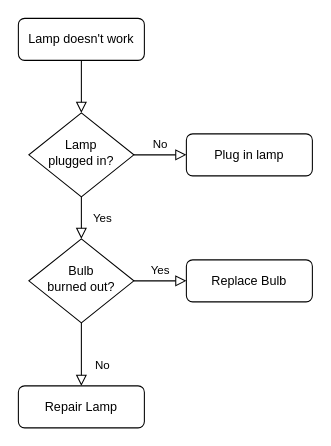
Earlier version of the draw.io diagram 未命名绘图.drawio (mjg2091864671/my-flow-chart). Source tidied: cells renumbered, new cells numbered last; positions are measured from the earlier drawing's top-left corner, leaving out a move shared by most shapes. Both pictures are drawn from the tidied source at 105%, with x=0, y=0 at pixel (18, 18).
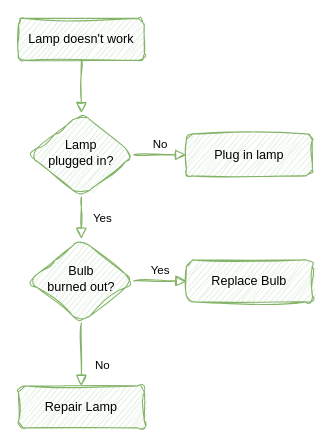
The same diagram, later.

The edit, as a diff of the source:
```diff
@@
 <mxGraphModel>
   <root>
     <mxCell id="0" />
     <mxCell id="1" parent="0" />
-    <mxCell id="2" style="rounded=0;html=1;jettySize=auto;fontSize=11;endArrow=block;endFill=0;endSize=8;strokeWidth=1;shadow=0;labelBackgroundColor=none;edgeStyle=orthogonalEdgeStyle;" parent="1" edge="1" source="3" target="6">
+    <mxCell id="2" style="rounded=1;html=1;jettySize=auto;fontSize=11;endArrow=block;endFill=0;endSize=8;strokeWidth=1;shadow=0;labelBackgroundColor=none;edgeStyle=orthogonalEdgeStyle;fillColor=#d5e8d4;strokeColor=#82b366;sketch=1;curveFitting=1;jiggle=2;" parent="1" edge="1" source="3" target="6">
       <mxGeometry relative="1" as="geometry" />
     </mxCell>
-    <mxCell id="3" value="Lamp doesn't work" style="rounded=1;whiteSpace=wrap;html=1;fontSize=12;glass=0;strokeWidth=1;shadow=0;" parent="1" vertex="1">
+    <mxCell id="3" value="Lamp doesn't work" style="rounded=1;whiteSpace=wrap;html=1;fontSize=12;glass=0;strokeWidth=1;shadow=0;fillColor=#d5e8d4;strokeColor=#82b366;sketch=1;curveFitting=1;jiggle=2;" parent="1" vertex="1">
       <mxGeometry width="120" height="40" as="geometry" />
     </mxCell>
-    <mxCell id="4" value="Yes" style="rounded=0;html=1;jettySize=auto;fontSize=11;endArrow=block;endFill=0;endSize=8;strokeWidth=1;shadow=0;labelBackgroundColor=none;edgeStyle=orthogonalEdgeStyle;" parent="1" edge="1" source="6" target="10">
+    <mxCell id="4" value="Yes" style="rounded=1;html=1;jettySize=auto;fontSize=11;endArrow=block;endFill=0;endSize=8;strokeWidth=1;shadow=0;labelBackgroundColor=none;edgeStyle=orthogonalEdgeStyle;fillColor=#d5e8d4;strokeColor=#82b366;sketch=1;curveFitting=1;jiggle=2;" parent="1" edge="1" source="6" target="10">
       <mxGeometry y="20" relative="1" as="geometry" />
     </mxCell>
-    <mxCell id="5" value="No" style="edgeStyle=orthogonalEdgeStyle;rounded=0;html=1;jettySize=auto;fontSize=11;endArrow=block;endFill=0;endSize=8;strokeWidth=1;shadow=0;labelBackgroundColor=none;" parent="1" edge="1" source="6" target="7">
+    <mxCell id="5" value="No" style="edgeStyle=orthogonalEdgeStyle;rounded=1;html=1;jettySize=auto;fontSize=11;endArrow=block;endFill=0;endSize=8;strokeWidth=1;shadow=0;labelBackgroundColor=none;fillColor=#d5e8d4;strokeColor=#82b366;sketch=1;curveFitting=1;jiggle=2;" parent="1" edge="1" source="6" target="7">
       <mxGeometry y="10" relative="1" as="geometry" />
     </mxCell>
-    <mxCell id="6" value="Lamp&lt;br&gt;plugged in?" style="rhombus;whiteSpace=wrap;html=1;shadow=0;fontFamily=Helvetica;fontSize=12;align=center;strokeWidth=1;spacing=6;spacingTop=-4;" parent="1" vertex="1">
+    <mxCell id="6" value="Lamp&lt;br&gt;plugged in?" style="rhombus;whiteSpace=wrap;html=1;shadow=0;fontFamily=Helvetica;fontSize=12;align=center;strokeWidth=1;spacing=6;spacingTop=-4;fillColor=#d5e8d4;strokeColor=#82b366;sketch=1;curveFitting=1;jiggle=2;rounded=1;" parent="1" vertex="1">
       <mxGeometry x="10" y="90" width="100" height="80" as="geometry" />
     </mxCell>
-    <mxCell id="7" value="Plug in lamp" style="rounded=1;whiteSpace=wrap;html=1;fontSize=12;glass=0;strokeWidth=1;shadow=0;" parent="1" vertex="1">
+    <mxCell id="7" value="Plug in lamp" style="rounded=1;whiteSpace=wrap;html=1;fontSize=12;glass=0;strokeWidth=1;shadow=0;fillColor=#d5e8d4;strokeColor=#82b366;sketch=1;curveFitting=1;jiggle=2;" parent="1" vertex="1">
       <mxGeometry x="160" y="110" width="120" height="40" as="geometry" />
     </mxCell>
-    <mxCell id="8" value="No" style="rounded=0;html=1;jettySize=auto;fontSize=11;endArrow=block;endFill=0;endSize=8;strokeWidth=1;shadow=0;labelBackgroundColor=none;edgeStyle=orthogonalEdgeStyle;" parent="1" edge="1" source="10" target="11">
+    <mxCell id="8" value="No" style="rounded=1;html=1;jettySize=auto;fontSize=11;endArrow=block;endFill=0;endSize=8;strokeWidth=1;shadow=0;labelBackgroundColor=none;edgeStyle=orthogonalEdgeStyle;fillColor=#d5e8d4;strokeColor=#82b366;sketch=1;curveFitting=1;jiggle=2;" parent="1" edge="1" source="10" target="11">
       <mxGeometry x="0.33" y="20" relative="1" as="geometry" />
     </mxCell>
-    <mxCell id="9" value="Yes" style="edgeStyle=orthogonalEdgeStyle;rounded=0;html=1;jettySize=auto;fontSize=11;endArrow=block;endFill=0;endSize=8;strokeWidth=1;shadow=0;labelBackgroundColor=none;" parent="1" edge="1" source="10" target="12">
+    <mxCell id="9" value="Yes" style="edgeStyle=orthogonalEdgeStyle;rounded=1;html=1;jettySize=auto;fontSize=11;endArrow=block;endFill=0;endSize=8;strokeWidth=1;shadow=0;labelBackgroundColor=none;fillColor=#d5e8d4;strokeColor=#82b366;sketch=1;curveFitting=1;jiggle=2;" parent="1" edge="1" source="10" target="12">
       <mxGeometry y="10" relative="1" as="geometry" />
     </mxCell>
-    <mxCell id="10" value="Bulb&lt;br&gt;burned out?" style="rhombus;whiteSpace=wrap;html=1;shadow=0;fontFamily=Helvetica;fontSize=12;align=center;strokeWidth=1;spacing=6;spacingTop=-4;" parent="1" vertex="1">
+    <mxCell id="10" value="Bulb&lt;br&gt;burned out?" style="rhombus;whiteSpace=wrap;html=1;shadow=0;fontFamily=Helvetica;fontSize=12;align=center;strokeWidth=1;spacing=6;spacingTop=-4;fillColor=#d5e8d4;strokeColor=#82b366;sketch=1;curveFitting=1;jiggle=2;rounded=1;" parent="1" vertex="1">
       <mxGeometry x="10" y="210" width="100" height="80" as="geometry" />
     </mxCell>
-    <mxCell id="11" value="Repair Lamp" style="rounded=1;whiteSpace=wrap;html=1;fontSize=12;glass=0;strokeWidth=1;shadow=0;" parent="1" vertex="1">
+    <mxCell id="11" value="Repair Lamp" style="rounded=1;whiteSpace=wrap;html=1;fontSize=12;glass=0;strokeWidth=1;shadow=0;fillColor=#d5e8d4;strokeColor=#82b366;sketch=1;curveFitting=1;jiggle=2;" parent="1" vertex="1">
       <mxGeometry y="350" width="120" height="40" as="geometry" />
     </mxCell>
-    <mxCell id="12" value="Replace Bulb" style="rounded=1;whiteSpace=wrap;html=1;fontSize=12;glass=0;strokeWidth=1;shadow=0;" parent="1" vertex="1">
+    <mxCell id="12" value="Replace Bulb" style="rounded=1;whiteSpace=wrap;html=1;fontSize=12;glass=0;strokeWidth=1;shadow=0;fillColor=#d5e8d4;strokeColor=#82b366;sketch=1;curveFitting=1;jiggle=2;" parent="1" vertex="1">
       <mxGeometry x="160" y="230" width="120" height="40" as="geometry" />
     </mxCell>
   </root>
 </mxGraphModel>
```
